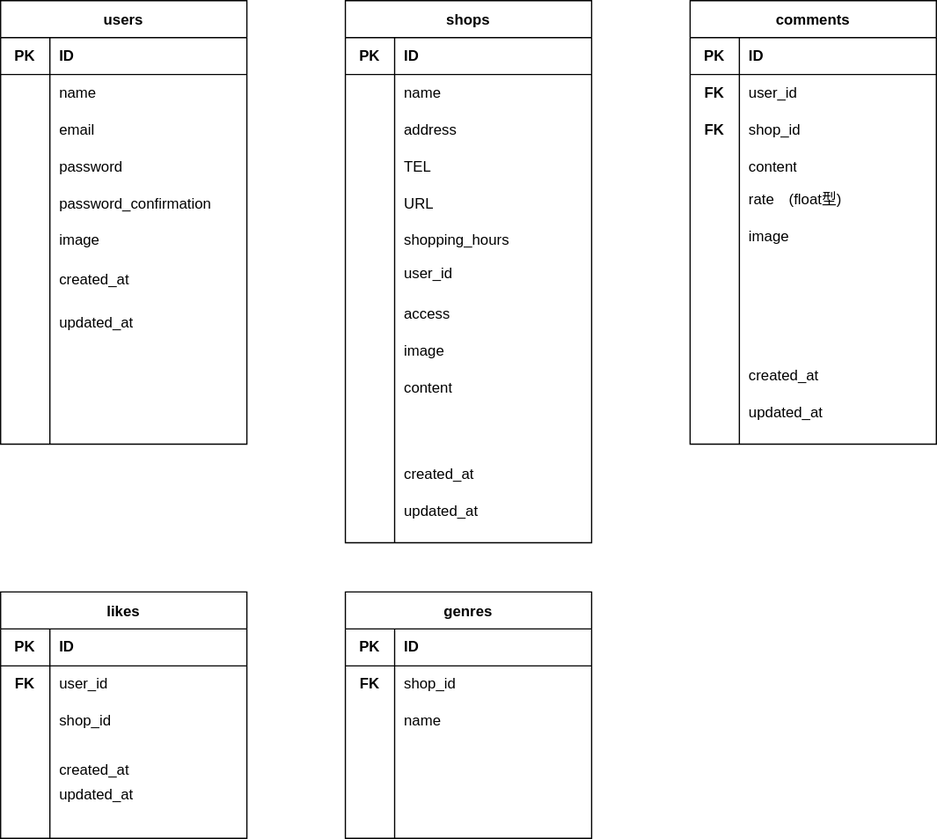
This is ER.drawio.svg from shutheonetokyo/fashion-one2, a draw.io export, as it was before one commit. Source tidied: cells renumbered, new cells last; positions are measured from the earlier drawing's top-left corner, leaving out a move shared by most shapes.
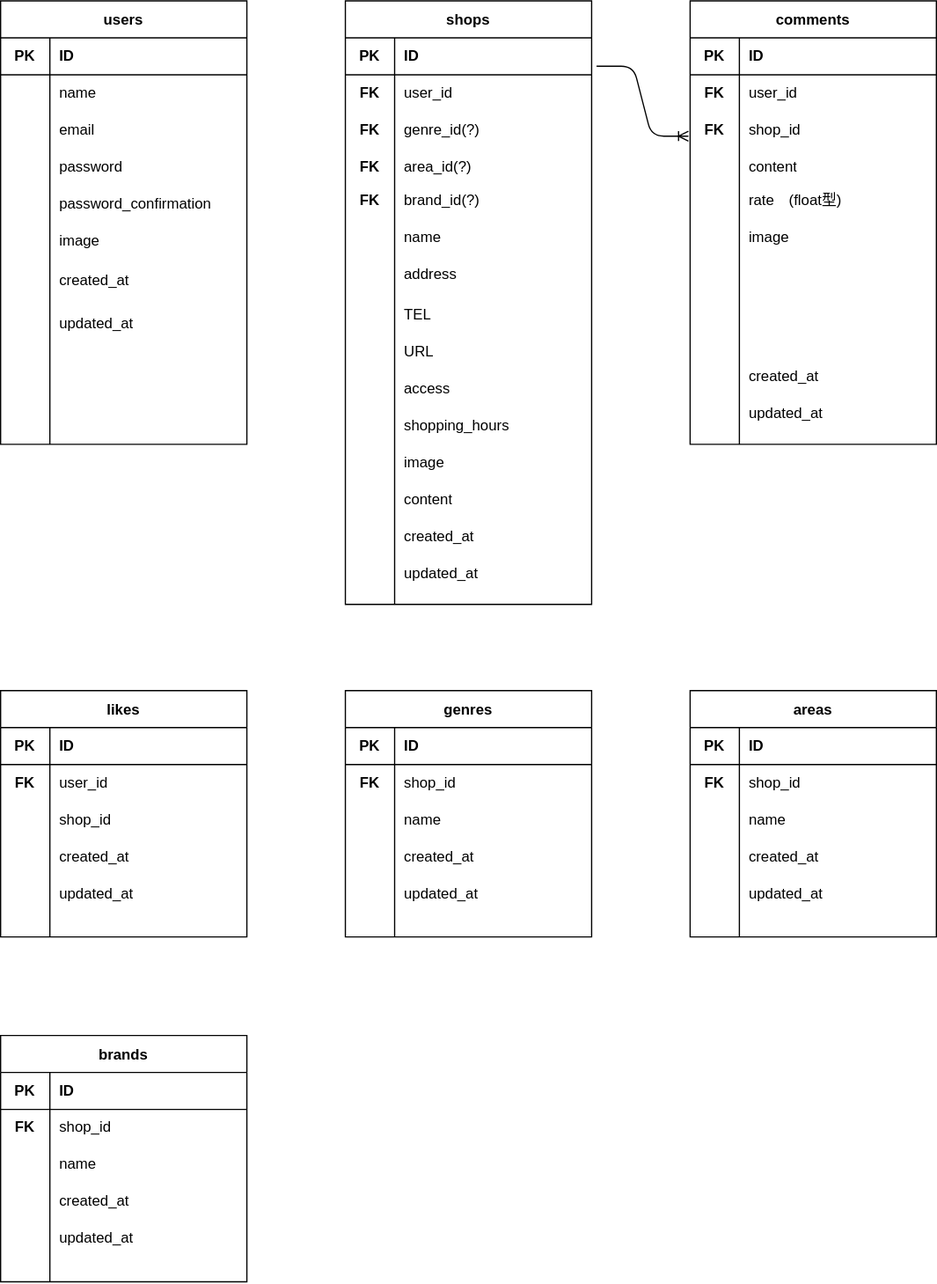
Above is the later version.

Change to the diagram source:
```diff
@@ -44,3 +44,3 @@
     <mxCell id="15" value="shops" style="shape=table;startSize=30;rowLines=0;fontStyle=1;align=center;" parent="1" vertex="1">
-      <mxGeometry x="280" width="200" height="440" as="geometry" />
+      <mxGeometry x="280" width="200" height="490" as="geometry" />
     </mxCell>
@@ -55,34 +55,34 @@
     </mxCell>
+    <mxCell id="22" style="shape=partialRectangle;html=1;whiteSpace=wrap;fillColor=none;top=0;left=0;bottom=0;right=0;" parent="15" vertex="1">
+      <mxGeometry y="60" width="200" height="30" as="geometry" />
+    </mxCell>
+    <mxCell id="23" value="&lt;b&gt;FK&lt;/b&gt;" style="shape=partialRectangle;html=1;whiteSpace=wrap;fillColor=none;top=0;left=0;bottom=0;right=0;overflow=hidden;" parent="22" vertex="1">
+      <mxGeometry width="40" height="30" as="geometry" />
+    </mxCell>
+    <mxCell id="24" style="shape=partialRectangle;html=1;whiteSpace=wrap;fillColor=none;top=0;left=0;bottom=0;right=0;align=left;spacingLeft=6;overflow=hidden;" parent="22" vertex="1">
+      <mxGeometry x="40" width="160" height="30" as="geometry" />
+    </mxCell>
     <mxCell id="19" style="shape=partialRectangle;html=1;whiteSpace=wrap;fillColor=none;top=0;left=0;bottom=0;right=0;" parent="15" vertex="1">
-      <mxGeometry y="60" width="200" height="30" as="geometry" />
+      <mxGeometry y="90" width="200" height="30" as="geometry" />
     </mxCell>
-    <mxCell id="20" style="shape=partialRectangle;html=1;whiteSpace=wrap;fillColor=none;top=0;left=0;bottom=0;right=0;overflow=hidden;" parent="19" vertex="1">
+    <mxCell id="20" value="&lt;b&gt;FK&lt;/b&gt;" style="shape=partialRectangle;html=1;whiteSpace=wrap;fillColor=none;top=0;left=0;bottom=0;right=0;overflow=hidden;" parent="19" vertex="1">
       <mxGeometry width="40" height="30" as="geometry" />
     </mxCell>
-    <mxCell id="21" value="name" style="shape=partialRectangle;html=1;whiteSpace=wrap;fillColor=none;top=0;left=0;bottom=0;right=0;align=left;spacingLeft=6;overflow=hidden;" parent="19" vertex="1">
+    <mxCell id="21" style="shape=partialRectangle;html=1;whiteSpace=wrap;fillColor=none;top=0;left=0;bottom=0;right=0;align=left;spacingLeft=6;overflow=hidden;" parent="19" vertex="1">
       <mxGeometry x="40" width="160" height="30" as="geometry" />
     </mxCell>
-    <mxCell id="22" style="shape=partialRectangle;html=1;whiteSpace=wrap;fillColor=none;top=0;left=0;bottom=0;right=0;" parent="15" vertex="1">
-      <mxGeometry y="90" width="200" height="30" as="geometry" />
-    </mxCell>
-    <mxCell id="23" style="shape=partialRectangle;html=1;whiteSpace=wrap;fillColor=none;top=0;left=0;bottom=0;right=0;overflow=hidden;" parent="22" vertex="1">
-      <mxGeometry width="40" height="30" as="geometry" />
-    </mxCell>
-    <mxCell id="24" value="address" style="shape=partialRectangle;html=1;whiteSpace=wrap;fillColor=none;top=0;left=0;bottom=0;right=0;align=left;spacingLeft=6;overflow=hidden;" parent="22" vertex="1">
-      <mxGeometry x="40" width="160" height="30" as="geometry" />
-    </mxCell>
     <mxCell id="25" value="TEL" style="shape=partialRectangle;html=1;whiteSpace=wrap;fillColor=none;top=0;left=0;bottom=0;right=0;align=left;spacingLeft=6;overflow=hidden;" parent="1" vertex="1">
-      <mxGeometry x="320" y="120" width="160" height="30" as="geometry" />
+      <mxGeometry x="320" y="240" width="160" height="30" as="geometry" />
     </mxCell>
     <mxCell id="26" value="URL" style="shape=partialRectangle;html=1;whiteSpace=wrap;fillColor=none;top=0;left=0;bottom=0;right=0;align=left;spacingLeft=6;overflow=hidden;" parent="1" vertex="1">
-      <mxGeometry x="320" y="150" width="160" height="30" as="geometry" />
+      <mxGeometry x="320" y="270" width="160" height="30" as="geometry" />
     </mxCell>
     <mxCell id="27" value="user_id" style="shape=partialRectangle;html=1;whiteSpace=wrap;fillColor=none;top=0;left=0;bottom=0;right=0;align=left;spacingLeft=6;overflow=hidden;" parent="1" vertex="1">
-      <mxGeometry x="320" y="207" width="160" height="30" as="geometry" />
+      <mxGeometry x="320" y="60" width="160" height="30" as="geometry" />
     </mxCell>
     <mxCell id="28" value="access" style="shape=partialRectangle;html=1;whiteSpace=wrap;fillColor=none;top=0;left=0;bottom=0;right=0;align=left;spacingLeft=6;overflow=hidden;" parent="1" vertex="1">
-      <mxGeometry x="320" y="240" width="160" height="30" as="geometry" />
+      <mxGeometry x="320" y="300" width="160" height="30" as="geometry" />
     </mxCell>
     <mxCell id="29" value="image" style="shape=partialRectangle;html=1;whiteSpace=wrap;fillColor=none;top=0;left=0;bottom=0;right=0;align=left;spacingLeft=6;overflow=hidden;" parent="1" vertex="1">
-      <mxGeometry x="320" y="270" width="160" height="30" as="geometry" />
+      <mxGeometry x="320" y="360" width="160" height="30" as="geometry" />
     </mxCell>
@@ -128,3 +128,3 @@
     <mxCell id="43" value="content" style="shape=partialRectangle;html=1;whiteSpace=wrap;fillColor=none;top=0;left=0;bottom=0;right=0;align=left;spacingLeft=6;overflow=hidden;" parent="1" vertex="1">
-      <mxGeometry x="320" y="300" width="160" height="30" as="geometry" />
+      <mxGeometry x="320" y="390" width="160" height="30" as="geometry" />
     </mxCell>
@@ -146,9 +146,9 @@
     <mxCell id="49" value="updated_at" style="shape=partialRectangle;html=1;whiteSpace=wrap;fillColor=none;top=0;left=0;bottom=0;right=0;align=left;spacingLeft=6;overflow=hidden;" parent="1" vertex="1">
-      <mxGeometry x="320" y="400" width="160" height="30" as="geometry" />
+      <mxGeometry x="320" y="450" width="160" height="30" as="geometry" />
     </mxCell>
     <mxCell id="50" value="created_at" style="shape=partialRectangle;html=1;whiteSpace=wrap;fillColor=none;top=0;left=0;bottom=0;right=0;align=left;spacingLeft=6;overflow=hidden;" parent="1" vertex="1">
-      <mxGeometry x="320" y="370" width="160" height="30" as="geometry" />
+      <mxGeometry x="320" y="420" width="160" height="30" as="geometry" />
     </mxCell>
     <mxCell id="51" value="likes" style="shape=table;startSize=30;rowLines=0;fontStyle=1;align=center;" parent="1" vertex="1">
-      <mxGeometry y="480" width="200" height="200" as="geometry" />
+      <mxGeometry y="560" width="200" height="200" as="geometry" />
     </mxCell>
@@ -182,6 +182,6 @@
     <mxCell id="61" value="created_at" style="shape=partialRectangle;html=1;whiteSpace=wrap;fillColor=none;top=0;left=0;bottom=0;right=0;align=left;spacingLeft=6;overflow=hidden;" parent="1" vertex="1">
-      <mxGeometry x="40" y="610" width="160" height="30" as="geometry" />
+      <mxGeometry x="40" y="680" width="160" height="30" as="geometry" />
     </mxCell>
     <mxCell id="62" value="updated_at" style="shape=partialRectangle;html=1;whiteSpace=wrap;fillColor=none;top=0;left=0;bottom=0;right=0;align=left;spacingLeft=6;overflow=hidden;" parent="1" vertex="1">
-      <mxGeometry x="40" y="630" width="160" height="30" as="geometry" />
+      <mxGeometry x="40" y="710" width="160" height="30" as="geometry" />
     </mxCell>
@@ -194,34 +194,136 @@
     <mxCell id="65" value="shopping_hours" style="shape=partialRectangle;html=1;whiteSpace=wrap;fillColor=none;top=0;left=0;bottom=0;right=0;align=left;spacingLeft=6;overflow=hidden;" parent="1" vertex="1">
-      <mxGeometry x="320" y="180" width="160" height="30" as="geometry" />
+      <mxGeometry x="320" y="330" width="160" height="30" as="geometry" />
     </mxCell>
+    <mxCell id="75" value="genre_id(?)" style="shape=partialRectangle;html=1;whiteSpace=wrap;fillColor=none;top=0;left=0;bottom=0;right=0;align=left;spacingLeft=6;overflow=hidden;" parent="1" vertex="1">
+      <mxGeometry x="320" y="90" width="160" height="30" as="geometry" />
+    </mxCell>
+    <mxCell id="76" value="area_id(?)" style="shape=partialRectangle;html=1;whiteSpace=wrap;fillColor=none;top=0;left=0;bottom=0;right=0;align=left;spacingLeft=6;overflow=hidden;" parent="1" vertex="1">
+      <mxGeometry x="320" y="120" width="160" height="30" as="geometry" />
+    </mxCell>
+    <mxCell id="77" value="brand_id(?)" style="shape=partialRectangle;html=1;whiteSpace=wrap;fillColor=none;top=0;left=0;bottom=0;right=0;align=left;spacingLeft=6;overflow=hidden;shadow=0;" parent="1" vertex="1">
+      <mxGeometry x="320" y="147" width="160" height="30" as="geometry" />
+    </mxCell>
     <mxCell id="66" value="genres" style="shape=table;startSize=30;rowLines=0;fontStyle=1;align=center;" parent="1" vertex="1">
-      <mxGeometry x="280" y="480" width="200" height="200" as="geometry" />
+      <mxGeometry x="280" y="560" width="200" height="200" as="geometry" />
     </mxCell>
-    <mxCell id="67" style="shape=partialRectangle;html=1;whiteSpace=wrap;fillColor=none;top=0;left=0;bottom=1;right=0;" parent="66" vertex="1">
-      <mxGeometry y="30" width="200" height="30" as="geometry" />
-    </mxCell>
-    <mxCell id="68" value="&lt;b&gt;PK&lt;/b&gt;" style="shape=partialRectangle;html=1;whiteSpace=wrap;fillColor=none;top=0;left=0;bottom=0;right=0;overflow=hidden;" parent="67" vertex="1">
-      <mxGeometry width="40" height="30" as="geometry" />
-    </mxCell>
-    <mxCell id="69" value="&lt;b&gt;ID&lt;/b&gt;" style="shape=partialRectangle;html=1;whiteSpace=wrap;fillColor=none;top=0;left=0;bottom=0;right=0;align=left;spacingLeft=6;overflow=hidden;" parent="67" vertex="1">
-      <mxGeometry x="40" width="160" height="30" as="geometry" />
-    </mxCell>
-    <mxCell id="70" style="shape=partialRectangle;html=1;whiteSpace=wrap;fillColor=none;top=0;left=0;bottom=0;right=0;" parent="66" vertex="1">
-      <mxGeometry y="60" width="200" height="30" as="geometry" />
-    </mxCell>
-    <mxCell id="71" value="&lt;b&gt;FK&lt;/b&gt;" style="shape=partialRectangle;html=1;whiteSpace=wrap;fillColor=none;top=0;left=0;bottom=0;right=0;overflow=hidden;" parent="70" vertex="1">
-      <mxGeometry width="40" height="30" as="geometry" />
-    </mxCell>
-    <mxCell id="72" value="shop_id" style="shape=partialRectangle;html=1;whiteSpace=wrap;fillColor=none;top=0;left=0;bottom=0;right=0;align=left;spacingLeft=6;overflow=hidden;" parent="70" vertex="1">
-      <mxGeometry x="40" width="160" height="30" as="geometry" />
-    </mxCell>
-    <mxCell id="73" style="shape=partialRectangle;html=1;whiteSpace=wrap;fillColor=none;top=0;left=0;bottom=0;right=0;" parent="66" vertex="1">
-      <mxGeometry y="90" width="200" height="30" as="geometry" />
-    </mxCell>
-    <mxCell id="74" style="shape=partialRectangle;html=1;whiteSpace=wrap;fillColor=none;top=0;left=0;bottom=0;right=0;overflow=hidden;" parent="73" vertex="1">
-      <mxGeometry width="40" height="30" as="geometry" />
-    </mxCell>
-    <mxCell id="75" value="name" style="shape=partialRectangle;html=1;whiteSpace=wrap;fillColor=none;top=0;left=0;bottom=0;right=0;align=left;spacingLeft=6;overflow=hidden;" parent="73" vertex="1">
-      <mxGeometry x="40" width="160" height="30" as="geometry" />
-    </mxCell>
+    <mxCell id="78" style="shape=partialRectangle;html=1;whiteSpace=wrap;fillColor=none;top=0;left=0;bottom=1;right=0;" parent="66" vertex="1">
+      <mxGeometry y="30" width="200" height="30" as="geometry" />
+    </mxCell>
+    <mxCell id="79" value="&lt;b&gt;PK&lt;/b&gt;" style="shape=partialRectangle;html=1;whiteSpace=wrap;fillColor=none;top=0;left=0;bottom=0;right=0;overflow=hidden;" parent="78" vertex="1">
+      <mxGeometry width="40" height="30" as="geometry" />
+    </mxCell>
+    <mxCell id="80" value="&lt;b&gt;ID&lt;/b&gt;" style="shape=partialRectangle;html=1;whiteSpace=wrap;fillColor=none;top=0;left=0;bottom=0;right=0;align=left;spacingLeft=6;overflow=hidden;" parent="78" vertex="1">
+      <mxGeometry x="40" width="160" height="30" as="geometry" />
+    </mxCell>
+    <mxCell id="81" style="shape=partialRectangle;html=1;whiteSpace=wrap;fillColor=none;top=0;left=0;bottom=0;right=0;" parent="66" vertex="1">
+      <mxGeometry y="60" width="200" height="30" as="geometry" />
+    </mxCell>
+    <mxCell id="82" value="&lt;b&gt;FK&lt;/b&gt;" style="shape=partialRectangle;html=1;whiteSpace=wrap;fillColor=none;top=0;left=0;bottom=0;right=0;overflow=hidden;" parent="81" vertex="1">
+      <mxGeometry width="40" height="30" as="geometry" />
+    </mxCell>
+    <mxCell id="83" value="shop_id" style="shape=partialRectangle;html=1;whiteSpace=wrap;fillColor=none;top=0;left=0;bottom=0;right=0;align=left;spacingLeft=6;overflow=hidden;" parent="81" vertex="1">
+      <mxGeometry x="40" width="160" height="30" as="geometry" />
+    </mxCell>
+    <mxCell id="84" style="shape=partialRectangle;html=1;whiteSpace=wrap;fillColor=none;top=0;left=0;bottom=0;right=0;" parent="66" vertex="1">
+      <mxGeometry y="90" width="200" height="30" as="geometry" />
+    </mxCell>
+    <mxCell id="85" style="shape=partialRectangle;html=1;whiteSpace=wrap;fillColor=none;top=0;left=0;bottom=0;right=0;overflow=hidden;" parent="84" vertex="1">
+      <mxGeometry width="40" height="30" as="geometry" />
+    </mxCell>
+    <mxCell id="86" value="name" style="shape=partialRectangle;html=1;whiteSpace=wrap;fillColor=none;top=0;left=0;bottom=0;right=0;align=left;spacingLeft=6;overflow=hidden;" parent="84" vertex="1">
+      <mxGeometry x="40" width="160" height="30" as="geometry" />
+    </mxCell>
+    <mxCell id="87" value="created_at" style="shape=partialRectangle;html=1;whiteSpace=wrap;fillColor=none;top=0;left=0;bottom=0;right=0;align=left;spacingLeft=6;overflow=hidden;" parent="1" vertex="1">
+      <mxGeometry x="320" y="680" width="160" height="30" as="geometry" />
+    </mxCell>
+    <mxCell id="88" value="updated_at" style="shape=partialRectangle;html=1;whiteSpace=wrap;fillColor=none;top=0;left=0;bottom=0;right=0;align=left;spacingLeft=6;overflow=hidden;" parent="1" vertex="1">
+      <mxGeometry x="320" y="710" width="160" height="30" as="geometry" />
+    </mxCell>
+    <mxCell id="89" value="areas" style="shape=table;startSize=30;rowLines=0;fontStyle=1;align=center;" parent="1" vertex="1">
+      <mxGeometry x="560" y="560" width="200" height="200" as="geometry" />
+    </mxCell>
+    <mxCell id="90" style="shape=partialRectangle;html=1;whiteSpace=wrap;fillColor=none;top=0;left=0;bottom=1;right=0;" parent="89" vertex="1">
+      <mxGeometry y="30" width="200" height="30" as="geometry" />
+    </mxCell>
+    <mxCell id="91" value="&lt;b&gt;PK&lt;/b&gt;" style="shape=partialRectangle;html=1;whiteSpace=wrap;fillColor=none;top=0;left=0;bottom=0;right=0;overflow=hidden;" parent="90" vertex="1">
+      <mxGeometry width="40" height="30" as="geometry" />
+    </mxCell>
+    <mxCell id="92" value="&lt;b&gt;ID&lt;/b&gt;" style="shape=partialRectangle;html=1;whiteSpace=wrap;fillColor=none;top=0;left=0;bottom=0;right=0;align=left;spacingLeft=6;overflow=hidden;" parent="90" vertex="1">
+      <mxGeometry x="40" width="160" height="30" as="geometry" />
+    </mxCell>
+    <mxCell id="93" style="shape=partialRectangle;html=1;whiteSpace=wrap;fillColor=none;top=0;left=0;bottom=0;right=0;" parent="89" vertex="1">
+      <mxGeometry y="60" width="200" height="30" as="geometry" />
+    </mxCell>
+    <mxCell id="94" value="&lt;b&gt;FK&lt;/b&gt;" style="shape=partialRectangle;html=1;whiteSpace=wrap;fillColor=none;top=0;left=0;bottom=0;right=0;overflow=hidden;" parent="93" vertex="1">
+      <mxGeometry width="40" height="30" as="geometry" />
+    </mxCell>
+    <mxCell id="95" value="shop_id" style="shape=partialRectangle;html=1;whiteSpace=wrap;fillColor=none;top=0;left=0;bottom=0;right=0;align=left;spacingLeft=6;overflow=hidden;" parent="93" vertex="1">
+      <mxGeometry x="40" width="160" height="30" as="geometry" />
+    </mxCell>
+    <mxCell id="96" style="shape=partialRectangle;html=1;whiteSpace=wrap;fillColor=none;top=0;left=0;bottom=0;right=0;" parent="89" vertex="1">
+      <mxGeometry y="90" width="200" height="30" as="geometry" />
+    </mxCell>
+    <mxCell id="97" style="shape=partialRectangle;html=1;whiteSpace=wrap;fillColor=none;top=0;left=0;bottom=0;right=0;overflow=hidden;" parent="96" vertex="1">
+      <mxGeometry width="40" height="30" as="geometry" />
+    </mxCell>
+    <mxCell id="98" value="name" style="shape=partialRectangle;html=1;whiteSpace=wrap;fillColor=none;top=0;left=0;bottom=0;right=0;align=left;spacingLeft=6;overflow=hidden;" parent="96" vertex="1">
+      <mxGeometry x="40" width="160" height="30" as="geometry" />
+    </mxCell>
+    <mxCell id="99" value="created_at" style="shape=partialRectangle;html=1;whiteSpace=wrap;fillColor=none;top=0;left=0;bottom=0;right=0;align=left;spacingLeft=6;overflow=hidden;" parent="1" vertex="1">
+      <mxGeometry x="600" y="680" width="160" height="30" as="geometry" />
+    </mxCell>
+    <mxCell id="100" value="updated_at" style="shape=partialRectangle;html=1;whiteSpace=wrap;fillColor=none;top=0;left=0;bottom=0;right=0;align=left;spacingLeft=6;overflow=hidden;" parent="1" vertex="1">
+      <mxGeometry x="600" y="710" width="160" height="30" as="geometry" />
+    </mxCell>
+    <mxCell id="101" value="brands" style="shape=table;startSize=30;rowLines=0;fontStyle=1;align=center;" parent="1" vertex="1">
+      <mxGeometry y="840" width="200" height="200" as="geometry" />
+    </mxCell>
+    <mxCell id="102" style="shape=partialRectangle;html=1;whiteSpace=wrap;fillColor=none;top=0;left=0;bottom=1;right=0;" parent="101" vertex="1">
+      <mxGeometry y="30" width="200" height="30" as="geometry" />
+    </mxCell>
+    <mxCell id="103" value="&lt;b&gt;PK&lt;/b&gt;" style="shape=partialRectangle;html=1;whiteSpace=wrap;fillColor=none;top=0;left=0;bottom=0;right=0;overflow=hidden;" parent="102" vertex="1">
+      <mxGeometry width="40" height="30" as="geometry" />
+    </mxCell>
+    <mxCell id="104" value="&lt;b&gt;ID&lt;/b&gt;" style="shape=partialRectangle;html=1;whiteSpace=wrap;fillColor=none;top=0;left=0;bottom=0;right=0;align=left;spacingLeft=6;overflow=hidden;" parent="102" vertex="1">
+      <mxGeometry x="40" width="160" height="30" as="geometry" />
+    </mxCell>
+    <mxCell id="105" style="shape=partialRectangle;html=1;whiteSpace=wrap;fillColor=none;top=0;left=0;bottom=0;right=0;" parent="101" vertex="1">
+      <mxGeometry y="60" width="200" height="30" as="geometry" />
+    </mxCell>
+    <mxCell id="106" value="&lt;b&gt;FK&lt;/b&gt;" style="shape=partialRectangle;html=1;whiteSpace=wrap;fillColor=none;top=0;left=0;bottom=0;right=0;overflow=hidden;" parent="105" vertex="1">
+      <mxGeometry width="40" height="30" as="geometry" />
+    </mxCell>
+    <mxCell id="107" value="shop_id" style="shape=partialRectangle;html=1;whiteSpace=wrap;fillColor=none;top=0;left=0;bottom=0;right=0;align=left;spacingLeft=6;overflow=hidden;" parent="105" vertex="1">
+      <mxGeometry x="40" width="160" height="30" as="geometry" />
+    </mxCell>
+    <mxCell id="108" style="shape=partialRectangle;html=1;whiteSpace=wrap;fillColor=none;top=0;left=0;bottom=0;right=0;" parent="101" vertex="1">
+      <mxGeometry y="90" width="200" height="30" as="geometry" />
+    </mxCell>
+    <mxCell id="109" style="shape=partialRectangle;html=1;whiteSpace=wrap;fillColor=none;top=0;left=0;bottom=0;right=0;overflow=hidden;" parent="108" vertex="1">
+      <mxGeometry width="40" height="30" as="geometry" />
+    </mxCell>
+    <mxCell id="110" value="name" style="shape=partialRectangle;html=1;whiteSpace=wrap;fillColor=none;top=0;left=0;bottom=0;right=0;align=left;spacingLeft=6;overflow=hidden;" parent="108" vertex="1">
+      <mxGeometry x="40" width="160" height="30" as="geometry" />
+    </mxCell>
+    <mxCell id="111" value="created_at" style="shape=partialRectangle;html=1;whiteSpace=wrap;fillColor=none;top=0;left=0;bottom=0;right=0;align=left;spacingLeft=6;overflow=hidden;" parent="1" vertex="1">
+      <mxGeometry x="40" y="960" width="160" height="30" as="geometry" />
+    </mxCell>
+    <mxCell id="112" value="updated_at" style="shape=partialRectangle;html=1;whiteSpace=wrap;fillColor=none;top=0;left=0;bottom=0;right=0;align=left;spacingLeft=6;overflow=hidden;" parent="1" vertex="1">
+      <mxGeometry x="40" y="990" width="160" height="30" as="geometry" />
+    </mxCell>
+    <mxCell id="113" value="address" style="shape=partialRectangle;html=1;whiteSpace=wrap;fillColor=none;top=0;left=0;bottom=0;right=0;align=left;spacingLeft=6;overflow=hidden;" parent="1" vertex="1">
+      <mxGeometry x="320" y="207" width="160" height="30" as="geometry" />
+    </mxCell>
+    <mxCell id="114" value="name" style="shape=partialRectangle;html=1;whiteSpace=wrap;fillColor=none;top=0;left=0;bottom=0;right=0;align=left;spacingLeft=6;overflow=hidden;" parent="1" vertex="1">
+      <mxGeometry x="320" y="177" width="160" height="30" as="geometry" />
+    </mxCell>
+    <mxCell id="115" value="&lt;b&gt;FK&lt;/b&gt;" style="shape=partialRectangle;html=1;whiteSpace=wrap;fillColor=none;top=0;left=0;bottom=0;right=0;overflow=hidden;" parent="1" vertex="1">
+      <mxGeometry x="280" y="120" width="40" height="30" as="geometry" />
+    </mxCell>
+    <mxCell id="116" value="&lt;b&gt;FK&lt;/b&gt;" style="shape=partialRectangle;html=1;whiteSpace=wrap;fillColor=none;top=0;left=0;bottom=0;right=0;overflow=hidden;" parent="1" vertex="1">
+      <mxGeometry x="280" y="147" width="40" height="30" as="geometry" />
+    </mxCell>
+    <mxCell id="117" style="edgeStyle=entityRelationEdgeStyle;fontSize=12;html=1;endArrow=ERoneToMany;exitX=1.02;exitY=0.767;exitDx=0;exitDy=0;exitPerimeter=0;entryX=-0.007;entryY=0.659;entryDx=0;entryDy=0;entryPerimeter=0;" parent="1" edge="1" source="16" target="37">
+      <mxGeometry relative="1" as="geometry" />
+    </mxCell>
   </root>
```
